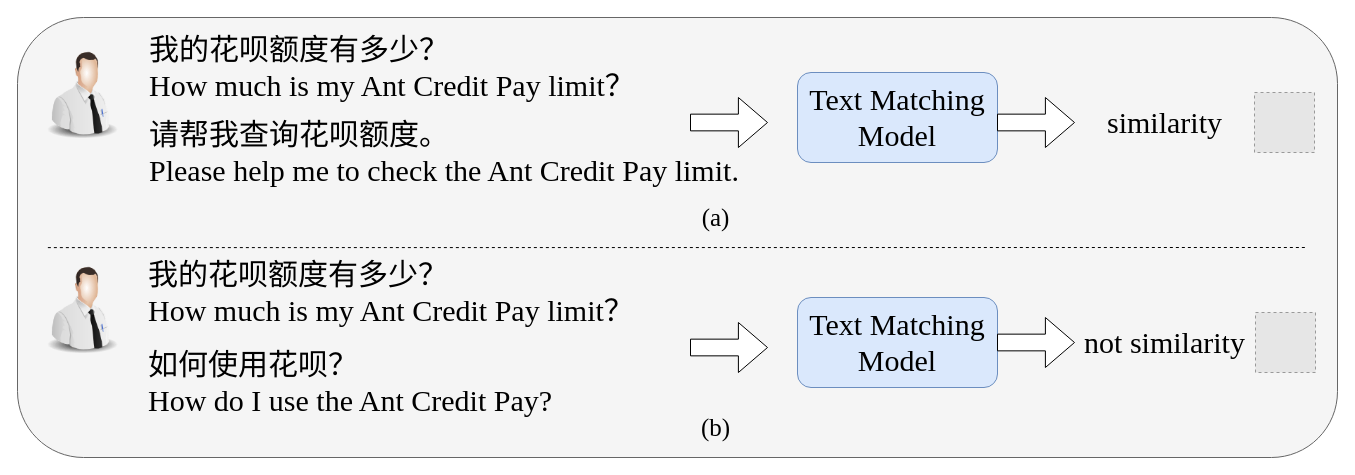
Before: text_match/text_matching_task.drawio in lengyueit/paper_pic, a draw.io diagram. Source tidied: cells renumbered, new cells numbered last; positions are measured from the earlier drawing's top-left corner, leaving out a move shared by most shapes. Both pictures are drawn from the tidied source at 100%, with x=0, y=0 at pixel (17, 17). Pictures stored in the file or linked from it are replaced by grey dashed boxes.
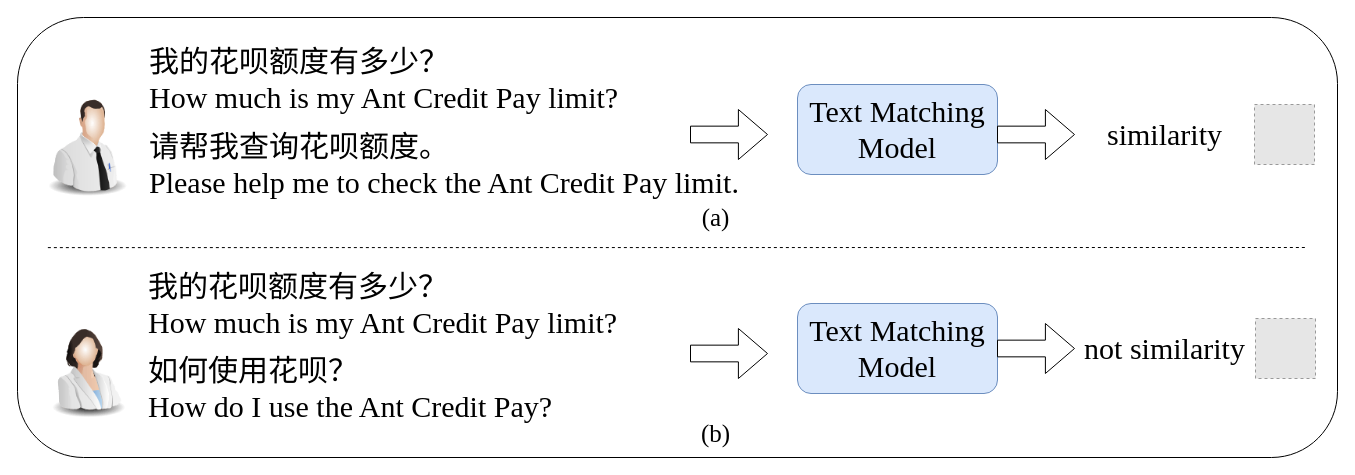
After the change.

Diff of the diagram source:
```diff
@@
-    <mxCell id="2" style="rounded=1;whiteSpace=wrap;html=1;fillColor=#f5f5f5;strokeColor=#666666;fontColor=#333333;" parent="1" vertex="1">
+    <mxCell id="2" style="rounded=1;whiteSpace=wrap;html=1;" parent="1" vertex="1">
       <mxGeometry width="1320" height="440" as="geometry" />
     </mxCell>
-    <mxCell id="3" value="&lt;font style=&quot;font-size: 30px;&quot; face=&quot;Times New Roman&quot;&gt;我的花呗额度有多少？&lt;br&gt;How much is my Ant Credit Pay limit？&lt;/font&gt;" style="text;html=1;align=left;verticalAlign=middle;strokeColor=none;fillColor=none;" parent="1" vertex="1">
-      <mxGeometry x="130" y="5" width="510" height="90" as="geometry" />
+    <mxCell id="3" value="&lt;font style=&quot;font-size: 30px;&quot; face=&quot;Times New Roman&quot;&gt;我的花呗额度有多少？&lt;br&gt;How much is my Ant Credit Pay limit?&lt;/font&gt;" style="text;html=1;align=left;verticalAlign=middle;strokeColor=none;fillColor=none;" parent="1" vertex="1">
+      <mxGeometry x="130" y="17" width="490" height="90" as="geometry" />
     </mxCell>
     <mxCell id="4" value="&lt;div style=&quot;font-size: 30px;&quot;&gt;&lt;span style=&quot;background-color: initial;&quot;&gt;&lt;font style=&quot;font-size: 30px;&quot; face=&quot;Times New Roman&quot;&gt;如何使用花呗？&lt;/font&gt;&lt;/span&gt;&lt;/div&gt;&lt;div style=&quot;font-size: 30px;&quot;&gt;&lt;span style=&quot;background-color: initial;&quot;&gt;&lt;font style=&quot;font-size: 30px;&quot; face=&quot;Times New Roman&quot;&gt;How do I use the Ant Credit Pay?&lt;/font&gt;&lt;/span&gt;&lt;/div&gt;" style="text;html=1;align=left;verticalAlign=middle;strokeColor=none;fillColor=none;" parent="1" vertex="1">
-      <mxGeometry x="129" y="320" width="430" height="90" as="geometry" />
+      <mxGeometry x="129" y="326" width="430" height="90" as="geometry" />
     </mxCell>
     <mxCell id="5" value="&lt;font style=&quot;font-size: 30px;&quot; face=&quot;Times New Roman&quot;&gt;similarity&lt;/font&gt;" style="text;html=1;align=center;verticalAlign=middle;strokeColor=none;fillColor=none;" parent="1" vertex="1">
-      <mxGeometry x="1077" y="80" width="140" height="50" as="geometry" />
+      <mxGeometry x="1077" y="92" width="140" height="50" as="geometry" />
     </mxCell>
     <mxCell id="6" value="&lt;font style=&quot;font-size: 30px;&quot; face=&quot;Times New Roman&quot;&gt;not similarity&lt;/font&gt;" style="text;html=1;align=center;verticalAlign=middle;strokeColor=none;fillColor=none;" parent="1" vertex="1">
-      <mxGeometry x="1057" y="300" width="180" height="50" as="geometry" />
+      <mxGeometry x="1057" y="306" width="180" height="50" as="geometry" />
     </mxCell>
-    <mxCell id="7" value="&lt;font style=&quot;font-size: 30px;&quot; face=&quot;Times New Roman&quot;&gt;我的花呗额度有多少？&lt;br style=&quot;border-color: var(--border-color);&quot;&gt;&lt;span style=&quot;&quot;&gt;How much is my Ant Credit Pay limit？&lt;/span&gt;&lt;/font&gt;" style="text;html=1;align=left;verticalAlign=middle;strokeColor=none;fillColor=none;" parent="1" vertex="1">
-      <mxGeometry x="129" y="230" width="510" height="90" as="geometry" />
+    <mxCell id="7" value="&lt;font style=&quot;font-size: 30px;&quot; face=&quot;Times New Roman&quot;&gt;我的花呗额度有多少？&lt;br style=&quot;border-color: var(--border-color);&quot;&gt;&lt;span style=&quot;&quot;&gt;How much is my Ant Credit Pay limit?&lt;/span&gt;&lt;/font&gt;" style="text;html=1;align=left;verticalAlign=middle;strokeColor=none;fillColor=none;" parent="1" vertex="1">
+      <mxGeometry x="129" y="242" width="490" height="90" as="geometry" />
     </mxCell>
     <mxCell id="8" value="&lt;font style=&quot;font-size: 30px;&quot; face=&quot;Times New Roman&quot;&gt;请帮我查询花呗额度。&lt;br&gt;Please help me to check the Ant Credit Pay limit.&lt;/font&gt;" style="text;html=1;align=left;verticalAlign=middle;strokeColor=none;fillColor=none;" parent="1" vertex="1">
-      <mxGeometry x="130" y="90" width="610" height="90" as="geometry" />
+      <mxGeometry x="130" y="102" width="610" height="90" as="geometry" />
     </mxCell>
     <mxCell id="9" value="&lt;font style=&quot;font-size: 30px;&quot; face=&quot;Times New Roman&quot;&gt;Text Matching Model&lt;/font&gt;" style="rounded=1;whiteSpace=wrap;html=1;fillColor=#dae8fc;strokeColor=#6c8ebf;" parent="1" vertex="1">
-      <mxGeometry x="780" y="55" width="200" height="90" as="geometry" />
+      <mxGeometry x="780" y="67" width="200" height="90" as="geometry" />
     </mxCell>
     <mxCell id="10" style="image;html=1;image=img/lib/clip_art/people/Tech_Man_128x128.png;" parent="1" vertex="1">
-      <mxGeometry x="20" y="25" width="90" height="105" as="geometry" />
+      <mxGeometry x="20" y="80" width="100" height="100" as="geometry" />
     </mxCell>
     <mxCell id="11" style="fillColor=#E6E6E6;strokeColor=#999999;dashed=1;verticalLabelPosition=bottom;labelBackgroundColor=default;verticalAlign=top;" parent="1" vertex="1">
-      <mxGeometry x="1237" y="75" width="60" height="60" as="geometry" />
+      <mxGeometry x="1237" y="87" width="60" height="60" as="geometry" />
     </mxCell>
     <mxCell id="12" style="fillColor=#E6E6E6;strokeColor=#999999;dashed=1;verticalLabelPosition=bottom;labelBackgroundColor=default;verticalAlign=top;" parent="1" vertex="1">
-      <mxGeometry x="1238" y="295" width="60" height="60" as="geometry" />
+      <mxGeometry x="1238" y="301" width="60" height="60" as="geometry" />
     </mxCell>
@@
     <mxCell id="14" value="&lt;font style=&quot;font-size: 25px;&quot; face=&quot;Times New Roman&quot;&gt;(b)&lt;/font&gt;" style="text;html=1;align=center;verticalAlign=middle;strokeColor=none;fillColor=none;" parent="1" vertex="1">
-      <mxGeometry x="673" y="390" width="50" height="40" as="geometry" />
+      <mxGeometry x="673" y="396" width="50" height="40" as="geometry" />
     </mxCell>
     <mxCell id="15" style="shape=singleArrow;whiteSpace=wrap;html=1;arrowWidth=0.33416149068322787;arrowSize=0.3779503105590054;" parent="1" vertex="1">
-      <mxGeometry x="673" y="80" width="77" height="50" as="geometry" />
+      <mxGeometry x="673" y="92" width="77" height="50" as="geometry" />
     </mxCell>
     <mxCell id="16" style="shape=singleArrow;whiteSpace=wrap;html=1;arrowWidth=0.33416149068322787;arrowSize=0.3779503105590054;" parent="1" vertex="1">
-      <mxGeometry x="980" y="80" width="77" height="50" as="geometry" />
+      <mxGeometry x="980" y="92" width="77" height="50" as="geometry" />
     </mxCell>
-    <mxCell id="17" style="image;html=1;image=img/lib/clip_art/people/Tech_Man_128x128.png;" parent="1" vertex="1">
-      <mxGeometry x="20" y="240" width="90" height="105" as="geometry" />
-    </mxCell>
     <mxCell id="18" value="&lt;font style=&quot;font-size: 30px;&quot; face=&quot;Times New Roman&quot;&gt;Text Matching Model&lt;/font&gt;" style="rounded=1;whiteSpace=wrap;html=1;fillColor=#dae8fc;strokeColor=#6c8ebf;" parent="1" vertex="1">
-      <mxGeometry x="780" y="280" width="200" height="90" as="geometry" />
+      <mxGeometry x="780" y="286" width="200" height="90" as="geometry" />
     </mxCell>
     <mxCell id="19" style="shape=singleArrow;whiteSpace=wrap;html=1;arrowWidth=0.33416149068322787;arrowSize=0.3779503105590054;" parent="1" vertex="1">
-      <mxGeometry x="673" y="305" width="77" height="50" as="geometry" />
+      <mxGeometry x="673" y="311" width="77" height="50" as="geometry" />
     </mxCell>
     <mxCell id="20" style="shape=singleArrow;whiteSpace=wrap;html=1;arrowWidth=0.33416149068322787;arrowSize=0.3779503105590054;" parent="1" vertex="1">
-      <mxGeometry x="980" y="300" width="77" height="50" as="geometry" />
+      <mxGeometry x="980" y="306" width="77" height="50" as="geometry" />
     </mxCell>
@@
+    <mxCell id="22" style="image;html=1;image=img/lib/clip_art/people/Scientist_Woman_128x128.png;" parent="1" vertex="1">
+      <mxGeometry x="20" y="301" width="100" height="100" as="geometry" />
+    </mxCell>
```
